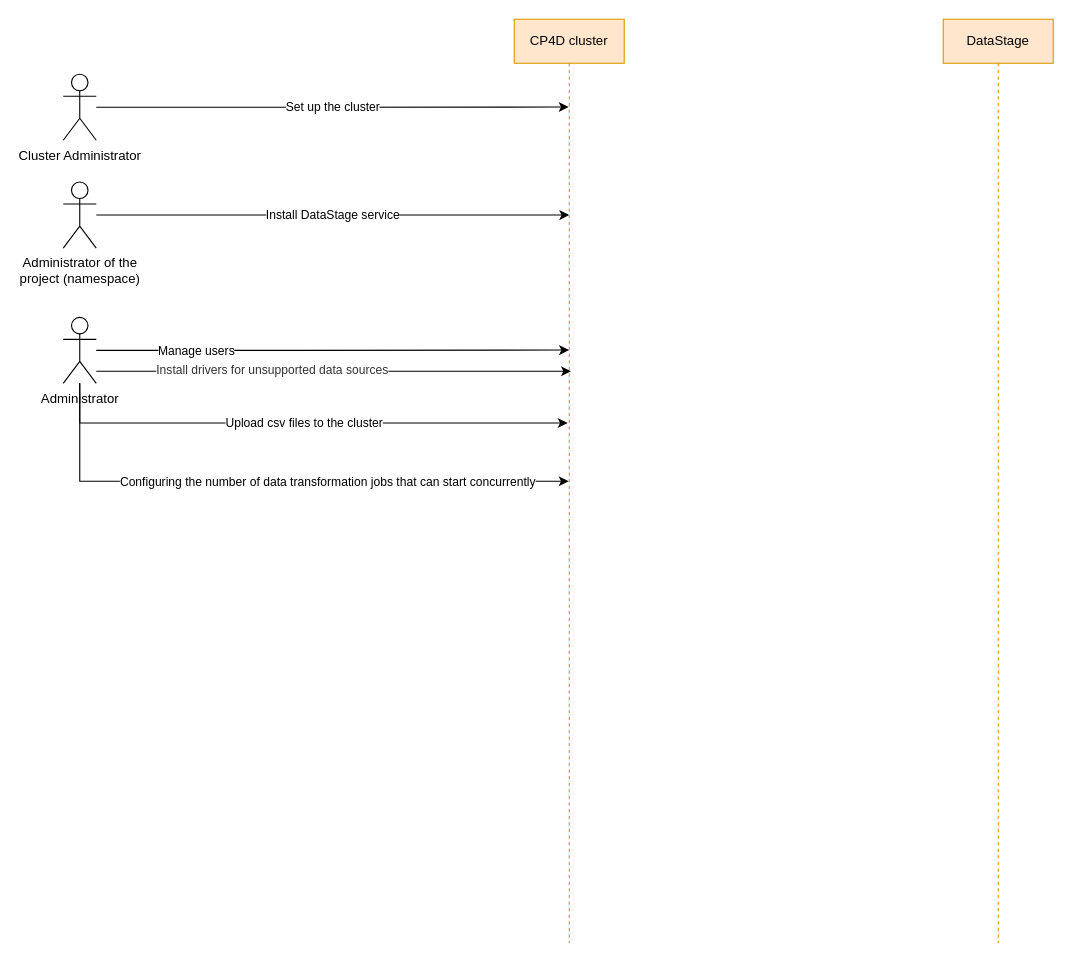
Above: datastage.drawio in kanchantewary/CloudPakForData (draw.io), before the change. Source tidied: cells renumbered, new cells numbered last; positions are measured from the earlier drawing's top-left corner, leaving out a move shared by most shapes. Both pictures are drawn from the tidied source at 110%, with x=0, y=0 at pixel (63, 19).
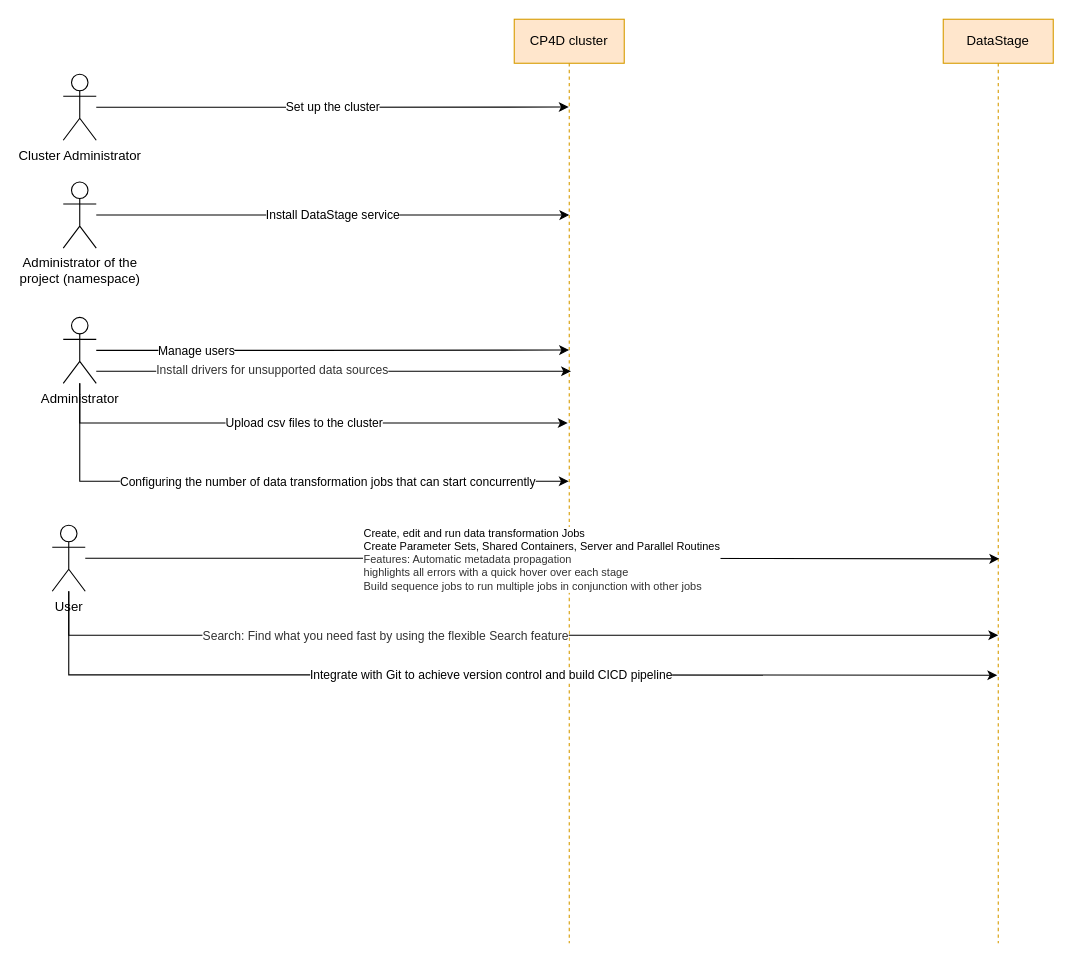
Above is the later version.

Unchanged cells that the change refers to:
```xml
<mxCell id="2" value="DataStage" style="shape=umlLifeline;perimeter=lifelinePerimeter;whiteSpace=wrap;html=1;outlineConnect=0;fillColor=#ffe6cc;strokeColor=#d79b00;" parent="1" vertex="1">
  <mxGeometry x="800" width="100" height="840" as="geometry" />
</mxCell>
```

What changed in the source:
```diff
@@
+    <mxCell id="16" value="&lt;div style=&quot;text-align: left ; font-size: 10px&quot;&gt;&lt;font style=&quot;font-size: 10px&quot;&gt;Create, edit and run data transformation Jobs&lt;/font&gt;&lt;/div&gt;&lt;div style=&quot;text-align: left ; font-size: 10px&quot;&gt;&lt;font style=&quot;font-size: 10px&quot;&gt;Create Parameter Sets, Shared Containers, Server and Parallel Routines&lt;/font&gt;&lt;/div&gt;&lt;font style=&quot;font-size: 10px&quot;&gt;&lt;div style=&quot;text-align: left&quot;&gt;&lt;span style=&quot;color: rgb(50 , 50 , 50)&quot;&gt;&lt;font style=&quot;font-size: 10px&quot;&gt;Features: Automatic metadata propagation&lt;/font&gt;&lt;/span&gt;&lt;/div&gt;&lt;span style=&quot;color: rgb(50 , 50 , 50)&quot;&gt;&lt;div style=&quot;text-align: left&quot;&gt;&lt;font style=&quot;font-size: 10px&quot;&gt;highlights all errors with a quick hover over each stage&lt;/font&gt;&lt;/div&gt;&lt;div style=&quot;text-align: left&quot;&gt;&lt;font style=&quot;font-size: 10px&quot;&gt;Build sequence jobs to run multiple jobs in conjunction with other jobs&lt;/font&gt;&lt;br&gt;&lt;/div&gt;&lt;/span&gt;&lt;/font&gt;" style="edgeStyle=orthogonalEdgeStyle;rounded=0;jettySize=auto;html=1;entryX=0.509;entryY=0.584;entryDx=0;entryDy=0;entryPerimeter=0;" parent="1" edge="1" source="20" target="2">
+      <mxGeometry relative="1" as="geometry" />
+    </mxCell>
+    <mxCell id="17" style="edgeStyle=orthogonalEdgeStyle;rounded=0;jettySize=auto;html=1;" parent="1" edge="1" source="20">
+      <mxGeometry relative="1" as="geometry">
+        <mxPoint x="850" y="560" as="targetPoint" />
+        <Array as="points">
+          <mxPoint x="5" y="560" />
+          <mxPoint x="850" y="560" />
+        </Array>
+      </mxGeometry>
+    </mxCell>
+    <mxCell id="18" value="&lt;span style=&quot;color: rgb(50 , 50 , 50) ; text-align: left&quot;&gt;&lt;font style=&quot;font-size: 11px&quot;&gt;Search: Find what you need fast by using the flexible Search feature&lt;/font&gt;&lt;/span&gt;" style="edgeLabel;html=1;align=center;verticalAlign=middle;" parent="17" vertex="1">
+      <mxGeometry x="-0.26" relative="1" as="geometry" />
+    </mxCell>
+    <mxCell id="19" value="Integrate with Git to achieve version control and build CICD pipeline" style="edgeStyle=orthogonalEdgeStyle;rounded=0;jettySize=auto;html=1;entryX=0.491;entryY=0.71;entryDx=0;entryDy=0;entryPerimeter=0;" parent="1" edge="1" source="20" target="2">
+      <mxGeometry relative="1" as="geometry">
+        <Array as="points">
+          <mxPoint x="5" y="596" />
+          <mxPoint x="410" y="596" />
+        </Array>
+      </mxGeometry>
+    </mxCell>
+    <mxCell id="20" value="User" style="shape=umlActor;verticalLabelPosition=bottom;verticalAlign=top;html=1;outlineConnect=0;" parent="1" vertex="1">
+      <mxGeometry x="-10" y="460" width="30" height="60" as="geometry" />
+    </mxCell>
```
